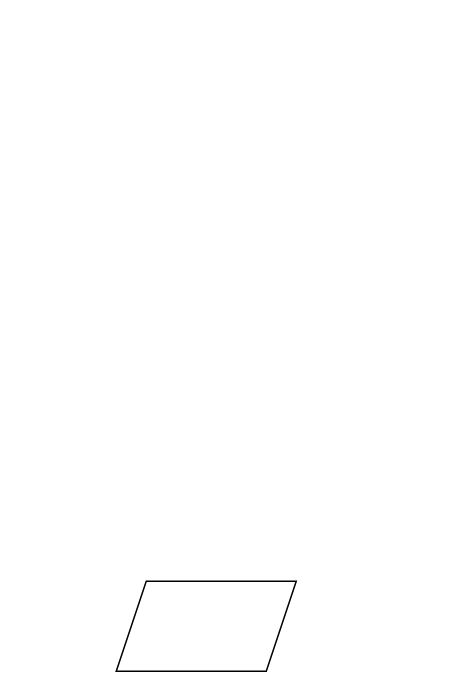
The draw.io diagram 未命名绘图.drawio in tanywander/TBC, before the edit. Source tidied: cells renumbered, new cells numbered last; positions are measured from the earlier drawing's top-left corner, leaving out a move shared by most shapes. Both pictures are drawn from the tidied source at 150%, with x=0, y=0 at pixel (116, 580).
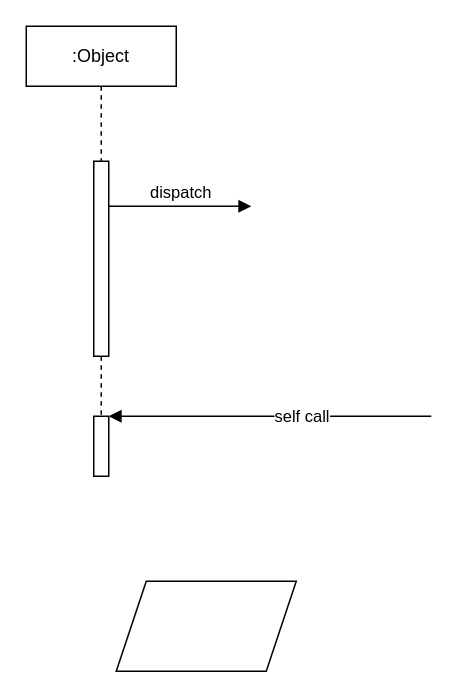
The same page after the edit.

Change to the diagram source:
```diff
@@
 <mxGraphModel>
   <root>
     <mxCell id="0" />
     <mxCell id="1" parent="0" />
     <mxCell id="2" style="shape=parallelogram;perimeter=parallelogramPerimeter;whiteSpace=wrap;html=1;fixedSize=1;" parent="1" vertex="1">
       <mxGeometry width="120" height="60" as="geometry" />
     </mxCell>
+    <mxCell id="3" value=":Object" style="shape=umlLifeline;perimeter=lifelinePerimeter;whiteSpace=wrap;html=1;" parent="1" vertex="1">
+      <mxGeometry x="-60" y="-370" width="100" height="300" as="geometry" />
+    </mxCell>
+    <mxCell id="4" style="html=1;points=[];perimeter=orthogonalPerimeter;" parent="3" vertex="1">
+      <mxGeometry x="45" y="90" width="10" height="130" as="geometry" />
+    </mxCell>
+    <mxCell id="5" value="dispatch" style="html=1;verticalAlign=bottom;endArrow=block;rounded=0;" parent="3" edge="1" source="4">
+      <mxGeometry relative="1" as="geometry">
+        <mxPoint x="150" y="120" as="targetPoint" />
+      </mxGeometry>
+    </mxCell>
+    <mxCell id="6" style="html=1;points=[];perimeter=orthogonalPerimeter;" parent="3" vertex="1">
+      <mxGeometry x="45" y="260" width="10" height="40" as="geometry" />
+    </mxCell>
+    <mxCell id="7" value="self call" style="edgeStyle=orthogonalEdgeStyle;html=1;align=left;spacingLeft=2;endArrow=block;rounded=0;entryX=1;entryY=0;" parent="1" edge="1" target="6">
+      <mxGeometry relative="1" as="geometry">
+        <mxPoint x="210" y="-110" as="sourcePoint" />
+        <Array as="points">
+          <mxPoint x="80" y="-110" />
+        </Array>
+      </mxGeometry>
+    </mxCell>
   </root>
 </mxGraphModel>
```
